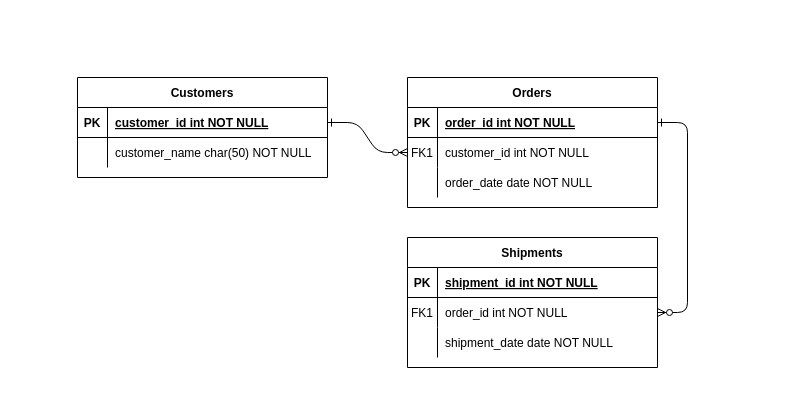
KulyashDahiya/DataEngineering keeps this draw.io diagram as DataWareHouse/YoutubeDataWareHouse/StarSchemaForDVDrental.drawio. Above is the earlier version. Source tidied: cells renumbered, new cells numbered last; positions are measured from the earlier drawing's top-left corner, leaving out a move shared by most shapes. Both pictures are drawn from the tidied source at 100%, with x=0, y=0 at pixel (77, 77).
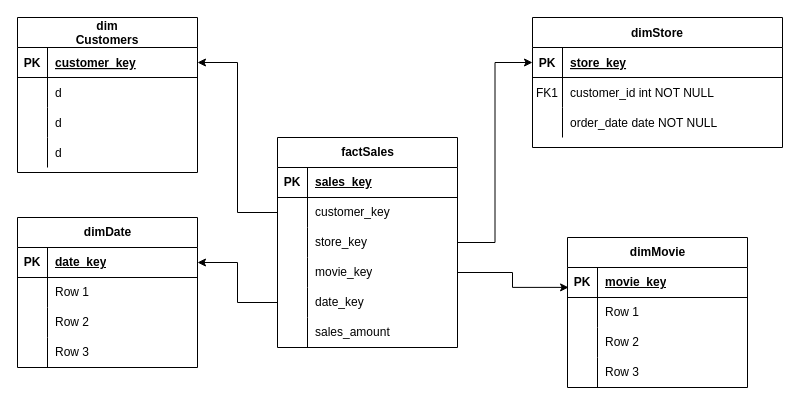
After the change.

The change refers to these unchanged cells:
```xml
<mxCell id="5" style="shape=partialRectangle;fillColor=none;points=[[0,0.5],[1,0.5]];portConstraint=eastwest;top=0;left=0;right=0;bottom=1;" parent="4" vertex="1">
  <mxGeometry y="30" width="250" height="30" as="geometry" />
</mxCell>
<mxCell id="8" style="shape=partialRectangle;fillColor=none;points=[[0,0.5],[1,0.5]];portConstraint=eastwest;top=0;left=0;right=0;bottom=0;" parent="4" vertex="1">
  <mxGeometry y="60" width="250" height="30" as="geometry" />
</mxCell>
```

Diff of the diagram source:
```diff
@@
-    <mxCell id="2" style="edgeStyle=entityRelationEdgeStyle;endArrow=ERzeroToMany;startArrow=ERone;endFill=1;startFill=0;" parent="1" edge="1" source="25" target="8">
-      <mxGeometry relative="1" as="geometry" />
-    </mxCell>
-    <mxCell id="3" style="edgeStyle=entityRelationEdgeStyle;endArrow=ERzeroToMany;startArrow=ERone;endFill=1;startFill=0;" parent="1" edge="1" source="5" target="18">
-      <mxGeometry relative="1" as="geometry" />
-    </mxCell>
-    <mxCell id="4" value="Orders" style="shape=table;startSize=30;childLayout=tableLayout;rowLines=0;fontStyle=1;align=center;" parent="1" vertex="1">
-      <mxGeometry x="330" width="250" height="130" as="geometry" />
+    <mxCell id="4" value="dimStore" style="shape=table;startSize=30;childLayout=tableLayout;rowLines=0;fontStyle=1;align=center;" parent="1" vertex="1">
+      <mxGeometry x="455" y="-60" width="250" height="130" as="geometry" />
     </mxCell>
@@
-    <mxCell id="7" value="order_id int NOT NULL " style="shape=partialRectangle;overflow=hidden;fillColor=none;top=0;left=0;bottom=0;right=0;align=left;spacingLeft=6;fontStyle=5;" parent="5" vertex="1">
+    <mxCell id="7" value="store_key" style="shape=partialRectangle;overflow=hidden;fillColor=none;top=0;left=0;bottom=0;right=0;align=left;spacingLeft=6;fontStyle=5;" parent="5" vertex="1">
       <mxGeometry x="30" width="220" height="30" as="geometry" />
     </mxCell>
@@
-    <mxCell id="14" value="Shipments" style="shape=table;startSize=30;childLayout=tableLayout;rowLines=0;fontStyle=1;align=center;" parent="1" vertex="1">
-      <mxGeometry x="330" y="160" width="250" height="130" as="geometry" />
-    </mxCell>
-    <mxCell id="15" style="shape=partialRectangle;fillColor=none;top=0;left=0;right=0;bottom=1;" parent="14" vertex="1">
-      <mxGeometry y="30" width="250" height="30" as="geometry" />
-    </mxCell>
-    <mxCell id="16" value="PK" style="shape=partialRectangle;overflow=hidden;fillColor=none;top=0;left=0;bottom=0;right=0;fontStyle=1;" parent="15" vertex="1">
-      <mxGeometry width="30" height="30" as="geometry" />
-    </mxCell>
-    <mxCell id="17" value="shipment_id int NOT NULL " style="shape=partialRectangle;overflow=hidden;fillColor=none;top=0;left=0;bottom=0;right=0;align=left;spacingLeft=6;fontStyle=5;" parent="15" vertex="1">
-      <mxGeometry x="30" width="220" height="30" as="geometry" />
-    </mxCell>
-    <mxCell id="18" style="shape=partialRectangle;fillColor=none;points=[[0,0.5],[1,0.5]];portConstraint=eastwest;top=0;left=0;right=0;bottom=0;" parent="14" vertex="1">
-      <mxGeometry y="60" width="250" height="30" as="geometry" />
-    </mxCell>
-    <mxCell id="19" value="FK1" style="shape=partialRectangle;overflow=hidden;fillColor=none;top=0;left=0;bottom=0;right=0;" parent="18" vertex="1">
-      <mxGeometry width="30" height="30" as="geometry" />
-    </mxCell>
-    <mxCell id="20" value="order_id int NOT NULL" style="shape=partialRectangle;overflow=hidden;fillColor=none;top=0;left=0;bottom=0;right=0;align=left;spacingLeft=6;" parent="18" vertex="1">
-      <mxGeometry x="30" width="220" height="30" as="geometry" />
-    </mxCell>
-    <mxCell id="21" style="shape=partialRectangle;fillColor=none;top=0;left=0;right=0;bottom=0;" parent="14" vertex="1">
-      <mxGeometry y="90" width="250" height="30" as="geometry" />
-    </mxCell>
-    <mxCell id="22" style="shape=partialRectangle;overflow=hidden;fillColor=none;top=0;left=0;bottom=0;right=0;" parent="21" vertex="1">
-      <mxGeometry width="30" height="30" as="geometry" />
-    </mxCell>
-    <mxCell id="23" value="shipment_date date NOT NULL" style="shape=partialRectangle;overflow=hidden;fillColor=none;top=0;left=0;bottom=0;right=0;align=left;spacingLeft=6;" parent="21" vertex="1">
-      <mxGeometry x="30" width="220" height="30" as="geometry" />
-    </mxCell>
-    <mxCell id="24" value="Customers" style="shape=table;startSize=30;childLayout=tableLayout;rowLines=0;fontStyle=1;align=center;" parent="1" vertex="1">
-      <mxGeometry width="250" height="100" as="geometry" />
+    <mxCell id="24" value="dim&#10;Customers" style="shape=table;startSize=30;childLayout=tableLayout;rowLines=0;fontStyle=1;align=center;" parent="1" vertex="1">
+      <mxGeometry x="-60" y="-60" width="180" height="155" as="geometry" />
     </mxCell>
     <mxCell id="25" style="shape=partialRectangle;fillColor=none;points=[[0,0.5],[1,0.5]];portConstraint=eastwest;top=0;left=0;right=0;bottom=1;" parent="24" vertex="1">
-      <mxGeometry y="30" width="250" height="30" as="geometry" />
+      <mxGeometry y="30" width="180" height="30" as="geometry" />
     </mxCell>
@@
-    <mxCell id="27" value="customer_id int NOT NULL " style="shape=partialRectangle;overflow=hidden;fillColor=none;top=0;left=0;bottom=0;right=0;align=left;spacingLeft=6;fontStyle=5;" parent="25" vertex="1">
-      <mxGeometry x="30" width="220" height="30" as="geometry" />
+    <mxCell id="27" value="customer_key" style="shape=partialRectangle;overflow=hidden;fillColor=none;top=0;left=0;bottom=0;right=0;align=left;spacingLeft=6;fontStyle=5;" parent="25" vertex="1">
+      <mxGeometry x="30" width="150" height="30" as="geometry" />
     </mxCell>
     <mxCell id="28" style="shape=partialRectangle;fillColor=none;top=0;left=0;right=0;bottom=0;" parent="24" vertex="1">
-      <mxGeometry y="60" width="250" height="30" as="geometry" />
+      <mxGeometry y="60" width="180" height="30" as="geometry" />
     </mxCell>
@@
-    <mxCell id="30" value="customer_name char(50) NOT NULL" style="shape=partialRectangle;overflow=hidden;fillColor=none;top=0;left=0;bottom=0;right=0;align=left;spacingLeft=6;" parent="28" vertex="1">
-      <mxGeometry x="30" width="220" height="30" as="geometry" />
+    <mxCell id="30" value="d" style="shape=partialRectangle;overflow=hidden;fillColor=none;top=0;left=0;bottom=0;right=0;align=left;spacingLeft=6;" parent="28" vertex="1">
+      <mxGeometry x="30" width="150" height="30" as="geometry" />
     </mxCell>
+    <mxCell id="31" style="shape=partialRectangle;fillColor=none;top=0;left=0;right=0;bottom=0;" parent="24" vertex="1">
+      <mxGeometry y="90" width="180" height="30" as="geometry" />
+    </mxCell>
+    <mxCell id="32" style="shape=partialRectangle;overflow=hidden;fillColor=none;top=0;left=0;bottom=0;right=0;" parent="31" vertex="1">
+      <mxGeometry width="30" height="30" as="geometry" />
+    </mxCell>
+    <mxCell id="33" value="d" style="shape=partialRectangle;overflow=hidden;fillColor=none;top=0;left=0;bottom=0;right=0;align=left;spacingLeft=6;" parent="31" vertex="1">
+      <mxGeometry x="30" width="150" height="30" as="geometry" />
+    </mxCell>
+    <mxCell id="34" style="shape=partialRectangle;fillColor=none;top=0;left=0;right=0;bottom=0;" parent="24" vertex="1">
+      <mxGeometry y="120" width="180" height="30" as="geometry" />
+    </mxCell>
+    <mxCell id="35" style="shape=partialRectangle;overflow=hidden;fillColor=none;top=0;left=0;bottom=0;right=0;" parent="34" vertex="1">
+      <mxGeometry width="30" height="30" as="geometry" />
+    </mxCell>
+    <mxCell id="36" value="d" style="shape=partialRectangle;overflow=hidden;fillColor=none;top=0;left=0;bottom=0;right=0;align=left;spacingLeft=6;" parent="34" vertex="1">
+      <mxGeometry x="30" width="150" height="30" as="geometry" />
+    </mxCell>
+    <mxCell id="37" value="dimDate" style="shape=table;startSize=30;childLayout=tableLayout;rowLines=0;fontStyle=1;align=center;html=1;" parent="1" vertex="1">
+      <mxGeometry x="-60" y="140" width="180" height="150" as="geometry" />
+    </mxCell>
+    <mxCell id="38" style="shape=tableRow;horizontal=0;startSize=0;swimlaneHead=0;swimlaneBody=0;fillColor=none;points=[[0,0.5],[1,0.5]];portConstraint=eastwest;top=0;left=0;right=0;bottom=1;" parent="37" vertex="1">
+      <mxGeometry y="30" width="180" height="30" as="geometry" />
+    </mxCell>
+    <mxCell id="39" value="PK" style="shape=partialRectangle;fillColor=none;top=0;left=0;bottom=0;right=0;fontStyle=1;overflow=hidden;whiteSpace=wrap;html=1;" parent="38" vertex="1">
+      <mxGeometry width="30" height="30" as="geometry" />
+    </mxCell>
+    <mxCell id="40" value="date_key" style="shape=partialRectangle;fillColor=none;top=0;left=0;bottom=0;right=0;align=left;spacingLeft=6;fontStyle=5;overflow=hidden;whiteSpace=wrap;html=1;" parent="38" vertex="1">
+      <mxGeometry x="30" width="150" height="30" as="geometry" />
+    </mxCell>
+    <mxCell id="41" style="shape=tableRow;horizontal=0;startSize=0;swimlaneHead=0;swimlaneBody=0;fillColor=none;top=0;left=0;right=0;bottom=0;" parent="37" vertex="1">
+      <mxGeometry y="60" width="180" height="30" as="geometry" />
+    </mxCell>
+    <mxCell id="42" style="shape=partialRectangle;fillColor=none;top=0;left=0;bottom=0;right=0;overflow=hidden;whiteSpace=wrap;html=1;" parent="41" vertex="1">
+      <mxGeometry width="30" height="30" as="geometry" />
+    </mxCell>
+    <mxCell id="43" value="Row 1" style="shape=partialRectangle;fillColor=none;top=0;left=0;bottom=0;right=0;align=left;spacingLeft=6;overflow=hidden;whiteSpace=wrap;html=1;" parent="41" vertex="1">
+      <mxGeometry x="30" width="150" height="30" as="geometry" />
+    </mxCell>
+    <mxCell id="44" style="shape=tableRow;horizontal=0;startSize=0;swimlaneHead=0;swimlaneBody=0;fillColor=none;top=0;left=0;right=0;bottom=0;" parent="37" vertex="1">
+      <mxGeometry y="90" width="180" height="30" as="geometry" />
+    </mxCell>
+    <mxCell id="45" style="shape=partialRectangle;fillColor=none;top=0;left=0;bottom=0;right=0;overflow=hidden;whiteSpace=wrap;html=1;" parent="44" vertex="1">
+      <mxGeometry width="30" height="30" as="geometry" />
+    </mxCell>
+    <mxCell id="46" value="Row 2" style="shape=partialRectangle;fillColor=none;top=0;left=0;bottom=0;right=0;align=left;spacingLeft=6;overflow=hidden;whiteSpace=wrap;html=1;" parent="44" vertex="1">
+      <mxGeometry x="30" width="150" height="30" as="geometry" />
+    </mxCell>
+    <mxCell id="47" style="shape=tableRow;horizontal=0;startSize=0;swimlaneHead=0;swimlaneBody=0;fillColor=none;top=0;left=0;right=0;bottom=0;" parent="37" vertex="1">
+      <mxGeometry y="120" width="180" height="30" as="geometry" />
+    </mxCell>
+    <mxCell id="48" style="shape=partialRectangle;fillColor=none;top=0;left=0;bottom=0;right=0;overflow=hidden;whiteSpace=wrap;html=1;" parent="47" vertex="1">
+      <mxGeometry width="30" height="30" as="geometry" />
+    </mxCell>
+    <mxCell id="49" value="Row 3" style="shape=partialRectangle;fillColor=none;top=0;left=0;bottom=0;right=0;align=left;spacingLeft=6;overflow=hidden;whiteSpace=wrap;html=1;" parent="47" vertex="1">
+      <mxGeometry x="30" width="150" height="30" as="geometry" />
+    </mxCell>
+    <mxCell id="50" value="dimMovie" style="shape=table;startSize=30;childLayout=tableLayout;rowLines=0;fontStyle=1;align=center;html=1;" parent="1" vertex="1">
+      <mxGeometry x="490" y="160" width="180" height="150" as="geometry" />
+    </mxCell>
+    <mxCell id="51" style="shape=tableRow;horizontal=0;startSize=0;swimlaneHead=0;swimlaneBody=0;fillColor=none;points=[[0,0.5],[1,0.5]];portConstraint=eastwest;top=0;left=0;right=0;bottom=1;" parent="50" vertex="1">
+      <mxGeometry y="30" width="180" height="30" as="geometry" />
+    </mxCell>
+    <mxCell id="52" value="PK" style="shape=partialRectangle;fillColor=none;top=0;left=0;bottom=0;right=0;fontStyle=1;overflow=hidden;whiteSpace=wrap;html=1;" parent="51" vertex="1">
+      <mxGeometry width="30" height="30" as="geometry" />
+    </mxCell>
+    <mxCell id="53" value="movie_key" style="shape=partialRectangle;fillColor=none;top=0;left=0;bottom=0;right=0;align=left;spacingLeft=6;fontStyle=5;overflow=hidden;whiteSpace=wrap;html=1;" parent="51" vertex="1">
+      <mxGeometry x="30" width="150" height="30" as="geometry" />
+    </mxCell>
+    <mxCell id="54" style="shape=tableRow;horizontal=0;startSize=0;swimlaneHead=0;swimlaneBody=0;fillColor=none;top=0;left=0;right=0;bottom=0;" parent="50" vertex="1">
+      <mxGeometry y="60" width="180" height="30" as="geometry" />
+    </mxCell>
+    <mxCell id="55" style="shape=partialRectangle;fillColor=none;top=0;left=0;bottom=0;right=0;overflow=hidden;whiteSpace=wrap;html=1;" parent="54" vertex="1">
+      <mxGeometry width="30" height="30" as="geometry" />
+    </mxCell>
+    <mxCell id="56" value="Row 1" style="shape=partialRectangle;fillColor=none;top=0;left=0;bottom=0;right=0;align=left;spacingLeft=6;overflow=hidden;whiteSpace=wrap;html=1;" parent="54" vertex="1">
+      <mxGeometry x="30" width="150" height="30" as="geometry" />
+    </mxCell>
+    <mxCell id="57" style="shape=tableRow;horizontal=0;startSize=0;swimlaneHead=0;swimlaneBody=0;fillColor=none;top=0;left=0;right=0;bottom=0;" parent="50" vertex="1">
+      <mxGeometry y="90" width="180" height="30" as="geometry" />
+    </mxCell>
+    <mxCell id="58" style="shape=partialRectangle;fillColor=none;top=0;left=0;bottom=0;right=0;overflow=hidden;whiteSpace=wrap;html=1;" parent="57" vertex="1">
+      <mxGeometry width="30" height="30" as="geometry" />
+    </mxCell>
+    <mxCell id="59" value="Row 2" style="shape=partialRectangle;fillColor=none;top=0;left=0;bottom=0;right=0;align=left;spacingLeft=6;overflow=hidden;whiteSpace=wrap;html=1;" parent="57" vertex="1">
+      <mxGeometry x="30" width="150" height="30" as="geometry" />
+    </mxCell>
+    <mxCell id="60" style="shape=tableRow;horizontal=0;startSize=0;swimlaneHead=0;swimlaneBody=0;fillColor=none;top=0;left=0;right=0;bottom=0;" parent="50" vertex="1">
+      <mxGeometry y="120" width="180" height="30" as="geometry" />
+    </mxCell>
+    <mxCell id="61" style="shape=partialRectangle;fillColor=none;top=0;left=0;bottom=0;right=0;overflow=hidden;whiteSpace=wrap;html=1;" parent="60" vertex="1">
+      <mxGeometry width="30" height="30" as="geometry" />
+    </mxCell>
+    <mxCell id="62" value="Row 3" style="shape=partialRectangle;fillColor=none;top=0;left=0;bottom=0;right=0;align=left;spacingLeft=6;overflow=hidden;whiteSpace=wrap;html=1;" parent="60" vertex="1">
+      <mxGeometry x="30" width="150" height="30" as="geometry" />
+    </mxCell>
+    <mxCell id="63" value="factSales" style="shape=table;startSize=30;childLayout=tableLayout;rowLines=0;fontStyle=1;align=center;html=1;" parent="1" vertex="1">
+      <mxGeometry x="200" y="60" width="180" height="210" as="geometry" />
+    </mxCell>
+    <mxCell id="64" style="shape=tableRow;horizontal=0;startSize=0;swimlaneHead=0;swimlaneBody=0;fillColor=none;top=0;left=0;right=0;bottom=1;" parent="63" vertex="1">
+      <mxGeometry y="30" width="180" height="30" as="geometry" />
+    </mxCell>
+    <mxCell id="65" value="PK" style="shape=partialRectangle;fillColor=none;top=0;left=0;bottom=0;right=0;fontStyle=1;overflow=hidden;whiteSpace=wrap;html=1;" parent="64" vertex="1">
+      <mxGeometry width="30" height="30" as="geometry" />
+    </mxCell>
+    <mxCell id="66" value="sales_key" style="shape=partialRectangle;fillColor=none;top=0;left=0;bottom=0;right=0;align=left;spacingLeft=6;fontStyle=5;overflow=hidden;whiteSpace=wrap;html=1;" parent="64" vertex="1">
+      <mxGeometry x="30" width="150" height="30" as="geometry" />
+    </mxCell>
+    <mxCell id="67" style="shape=tableRow;horizontal=0;startSize=0;swimlaneHead=0;swimlaneBody=0;fillColor=none;points=[[0,0.5],[1,0.5]];portConstraint=eastwest;top=0;left=0;right=0;bottom=0;" parent="63" vertex="1">
+      <mxGeometry y="60" width="180" height="30" as="geometry" />
+    </mxCell>
+    <mxCell id="68" style="shape=partialRectangle;fillColor=none;top=0;left=0;bottom=0;right=0;overflow=hidden;whiteSpace=wrap;html=1;" parent="67" vertex="1">
+      <mxGeometry width="30" height="30" as="geometry" />
+    </mxCell>
+    <mxCell id="69" value="customer_key" style="shape=partialRectangle;fillColor=none;top=0;left=0;bottom=0;right=0;align=left;spacingLeft=6;overflow=hidden;whiteSpace=wrap;html=1;" parent="67" vertex="1">
+      <mxGeometry x="30" width="150" height="30" as="geometry" />
+    </mxCell>
+    <mxCell id="70" style="shape=tableRow;horizontal=0;startSize=0;swimlaneHead=0;swimlaneBody=0;fillColor=none;points=[[0,0.5],[1,0.5]];portConstraint=eastwest;top=0;left=0;right=0;bottom=0;" parent="63" vertex="1">
+      <mxGeometry y="90" width="180" height="30" as="geometry" />
+    </mxCell>
+    <mxCell id="71" style="shape=partialRectangle;fillColor=none;top=0;left=0;bottom=0;right=0;overflow=hidden;whiteSpace=wrap;html=1;" parent="70" vertex="1">
+      <mxGeometry width="30" height="30" as="geometry" />
+    </mxCell>
+    <mxCell id="72" value="store_key" style="shape=partialRectangle;fillColor=none;top=0;left=0;bottom=0;right=0;align=left;spacingLeft=6;overflow=hidden;whiteSpace=wrap;html=1;" parent="70" vertex="1">
+      <mxGeometry x="30" width="150" height="30" as="geometry" />
+    </mxCell>
+    <mxCell id="73" style="shape=tableRow;horizontal=0;startSize=0;swimlaneHead=0;swimlaneBody=0;fillColor=none;points=[[0,0.5],[1,0.5]];portConstraint=eastwest;top=0;left=0;right=0;bottom=0;" parent="63" vertex="1">
+      <mxGeometry y="120" width="180" height="30" as="geometry" />
+    </mxCell>
+    <mxCell id="74" style="shape=partialRectangle;fillColor=none;top=0;left=0;bottom=0;right=0;overflow=hidden;whiteSpace=wrap;html=1;" parent="73" vertex="1">
+      <mxGeometry width="30" height="30" as="geometry" />
+    </mxCell>
+    <mxCell id="75" value="movie_key" style="shape=partialRectangle;fillColor=none;top=0;left=0;bottom=0;right=0;align=left;spacingLeft=6;overflow=hidden;whiteSpace=wrap;html=1;" parent="73" vertex="1">
+      <mxGeometry x="30" width="150" height="30" as="geometry" />
+    </mxCell>
+    <mxCell id="76" style="shape=tableRow;horizontal=0;startSize=0;swimlaneHead=0;swimlaneBody=0;fillColor=none;points=[[0,0.5],[1,0.5]];portConstraint=eastwest;top=0;left=0;right=0;bottom=0;" parent="63" vertex="1">
+      <mxGeometry y="150" width="180" height="30" as="geometry" />
+    </mxCell>
+    <mxCell id="77" style="shape=partialRectangle;fillColor=none;top=0;left=0;bottom=0;right=0;overflow=hidden;whiteSpace=wrap;html=1;" parent="76" vertex="1">
+      <mxGeometry width="30" height="30" as="geometry" />
+    </mxCell>
+    <mxCell id="78" value="date_key" style="shape=partialRectangle;fillColor=none;top=0;left=0;bottom=0;right=0;align=left;spacingLeft=6;overflow=hidden;whiteSpace=wrap;html=1;" parent="76" vertex="1">
+      <mxGeometry x="30" width="150" height="30" as="geometry" />
+    </mxCell>
+    <mxCell id="79" style="shape=tableRow;horizontal=0;startSize=0;swimlaneHead=0;swimlaneBody=0;fillColor=none;top=0;left=0;right=0;bottom=0;" parent="63" vertex="1">
+      <mxGeometry y="180" width="180" height="30" as="geometry" />
+    </mxCell>
+    <mxCell id="80" style="shape=partialRectangle;fillColor=none;top=0;left=0;bottom=0;right=0;overflow=hidden;whiteSpace=wrap;html=1;" parent="79" vertex="1">
+      <mxGeometry width="30" height="30" as="geometry" />
+    </mxCell>
+    <mxCell id="81" value="sales_amount" style="shape=partialRectangle;fillColor=none;top=0;left=0;bottom=0;right=0;align=left;spacingLeft=6;overflow=hidden;whiteSpace=wrap;html=1;" parent="79" vertex="1">
+      <mxGeometry x="30" width="150" height="30" as="geometry" />
+    </mxCell>
+    <mxCell id="82" style="edgeStyle=orthogonalEdgeStyle;rounded=0;jettySize=auto;html=1;" parent="1" edge="1" source="67" target="25">
+      <mxGeometry relative="1" as="geometry" />
+    </mxCell>
+    <mxCell id="83" style="edgeStyle=orthogonalEdgeStyle;rounded=0;jettySize=auto;html=1;" parent="1" edge="1" source="76" target="38">
+      <mxGeometry relative="1" as="geometry" />
+    </mxCell>
+    <mxCell id="84" style="edgeStyle=orthogonalEdgeStyle;rounded=0;jettySize=auto;html=1;entryX=0.006;entryY=0.663;entryDx=0;entryDy=0;entryPerimeter=0;" parent="1" edge="1" source="73" target="51">
+      <mxGeometry relative="1" as="geometry" />
+    </mxCell>
+    <mxCell id="85" style="edgeStyle=orthogonalEdgeStyle;rounded=0;jettySize=auto;html=1;" parent="1" edge="1" source="70" target="5">
+      <mxGeometry relative="1" as="geometry" />
+    </mxCell>
```
